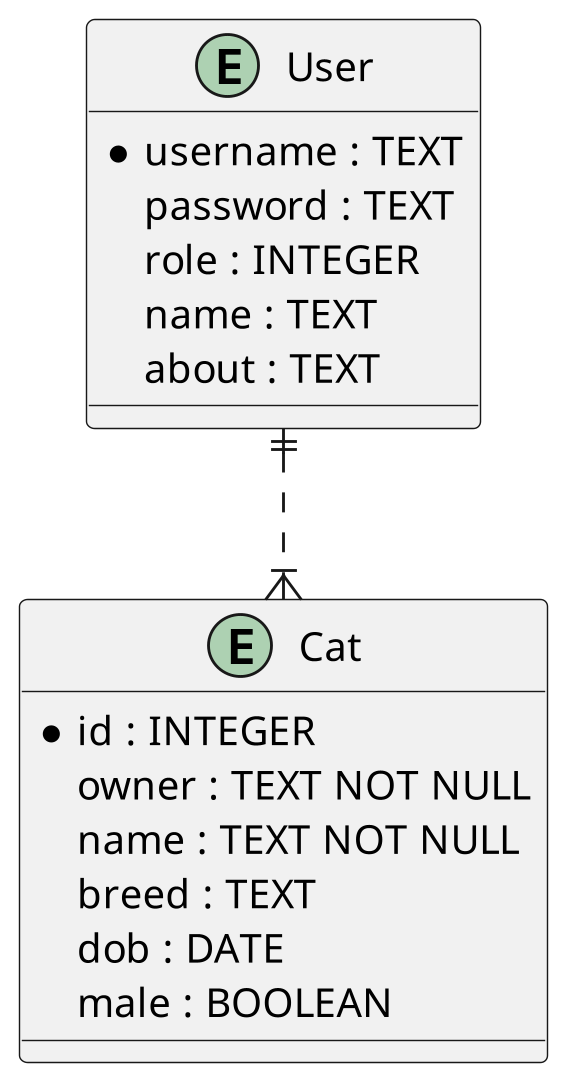
The PlantUML diagram diagram/entity-relationship.png in sofush/racekat, before a commit. The source it was exported from:
```plantuml
@startuml
scale 1920*1080
entity User {
	*username : TEXT
	password : TEXT
	role : INTEGER
	name : TEXT
	about : TEXT
}
entity Cat {
	*id : INTEGER
	owner : TEXT NOT NULL
	name : TEXT NOT NULL
	breed : TEXT
	dob : DATE
	male : BOOLEAN
}
User ||..|{ Cat
@enduml
```
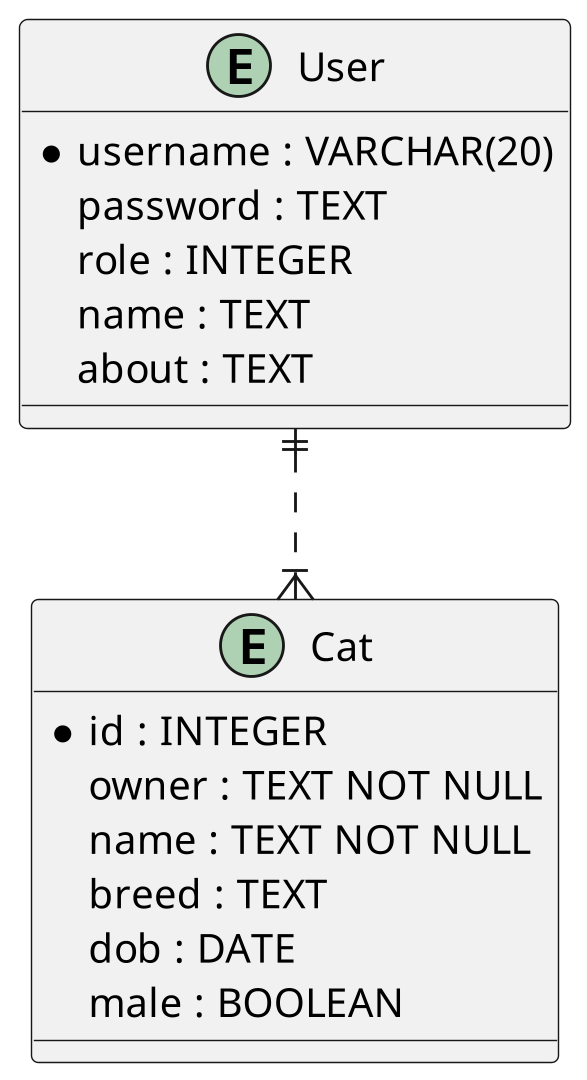
Above is the later version.

Commit message:
docs: replace TEXT with VARCHAR(20) for primary key

What changed in the source:
```diff
@@ -1,7 +1,7 @@
 @startuml
 scale 1920*1080
 entity User {
-	*username : TEXT
+	{field} *username : VARCHAR(20)
 	password : TEXT
 	role : INTEGER
 	name : TEXT
```
